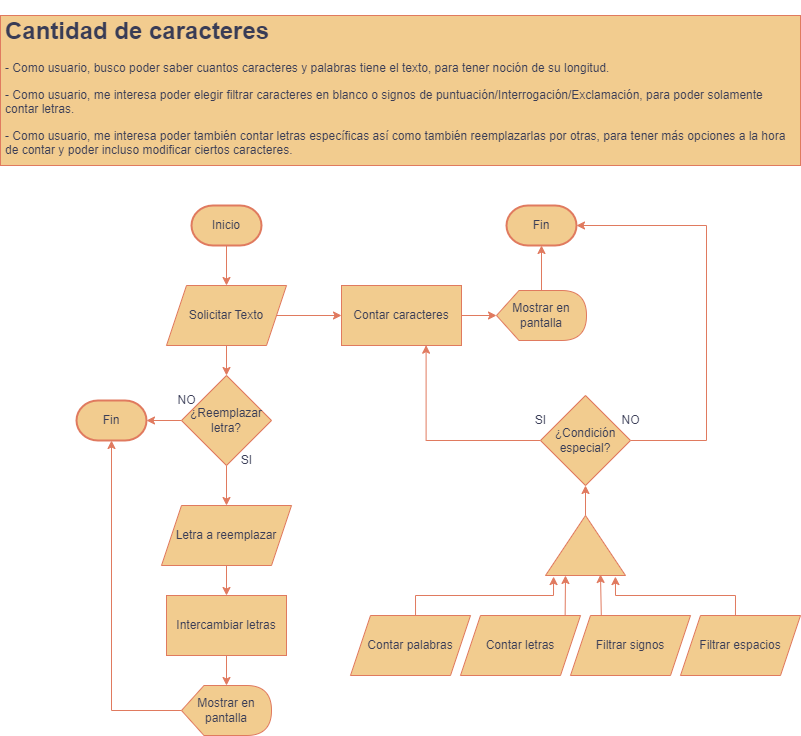
Earlier version of the draw.io export webtools/CantidadDeCaracteres.png (Alfacoy/Diagramas). Source tidied: cells renumbered, new cells last; positions are measured from the earlier drawing's top-left corner, leaving out a move shared by most shapes.
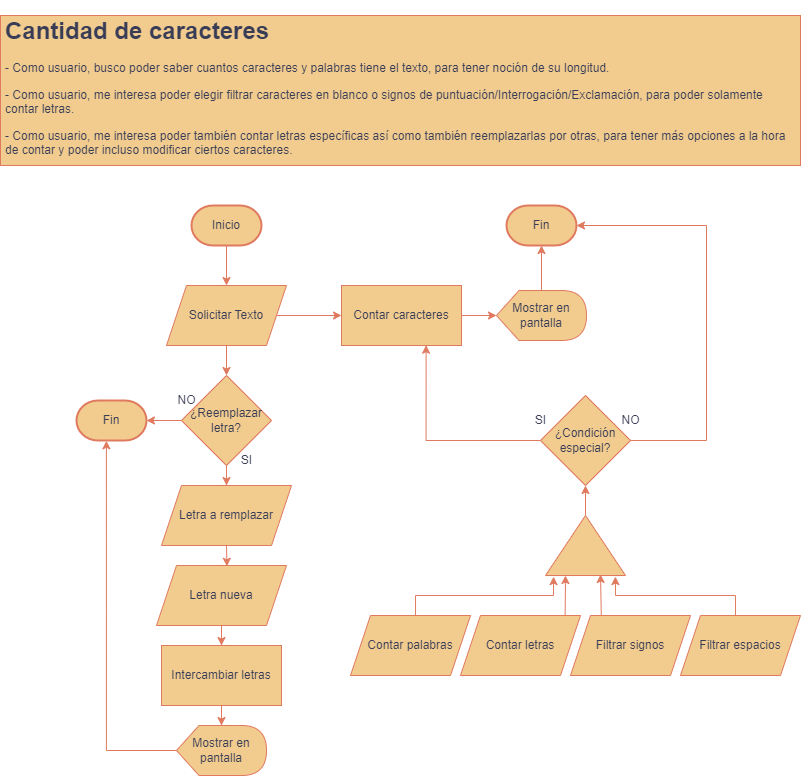
After the change.

The edit, as a diff of the source:
```diff
@@ -49,11 +49,11 @@
     <mxCell id="16" value="Contar letras" style="shape=parallelogram;perimeter=parallelogramPerimeter;whiteSpace=wrap;html=1;fixedSize=1;rounded=0;fillColor=#F2CC8F;labelBackgroundColor=none;strokeColor=#E07A5F;fontColor=#393C56;" parent="1" vertex="1">
       <mxGeometry x="460" y="600" width="120" height="60" as="geometry" />
     </mxCell>
-    <mxCell id="17" style="edgeStyle=orthogonalEdgeStyle;rounded=0;jettySize=auto;html=1;strokeColor=#E07A5F;fontColor=#393C56;fillColor=#F2CC8F;" parent="1" edge="1" source="18" target="37">
-      <mxGeometry relative="1" as="geometry" />
-    </mxCell>
+    <mxCell id="40" style="edgeStyle=orthogonalEdgeStyle;rounded=0;jettySize=auto;html=1;exitX=0.5;exitY=1;exitDx=0;exitDy=0;entryX=0.542;entryY=0.013;entryDx=0;entryDy=0;entryPerimeter=0;strokeColor=#E07A5F;fontColor=#393C56;fillColor=#F2CC8F;" parent="1" edge="1" source="18" target="42">
+      <mxGeometry relative="1" as="geometry" />
+    </mxCell>
-    <mxCell id="18" value="Letra a reemplazar" style="shape=parallelogram;perimeter=parallelogramPerimeter;whiteSpace=wrap;html=1;fixedSize=1;rounded=0;fillColor=#F2CC8F;labelBackgroundColor=none;strokeColor=#E07A5F;fontColor=#393C56;" parent="1" vertex="1">
-      <mxGeometry x="161" y="490" width="130" height="60" as="geometry" />
+    <mxCell id="18" value="Letra a remplazar" style="shape=parallelogram;perimeter=parallelogramPerimeter;whiteSpace=wrap;html=1;fixedSize=1;rounded=0;fillColor=#F2CC8F;labelBackgroundColor=none;strokeColor=#E07A5F;fontColor=#393C56;" parent="1" vertex="1">
+      <mxGeometry x="161" y="470" width="130" height="60" as="geometry" />
     </mxCell>
     <mxCell id="19" value="Fin" style="strokeWidth=2;html=1;shape=mxgraph.flowchart.terminator;whiteSpace=wrap;rounded=0;fillColor=#F2CC8F;labelBackgroundColor=none;strokeColor=#E07A5F;fontColor=#393C56;" parent="1" vertex="1">
       <mxGeometry x="76" y="385" width="70" height="40" as="geometry" />
@@ -128,13 +128,19 @@
       <mxGeometry relative="1" as="geometry" />
     </mxCell>
     <mxCell id="37" value="Intercambiar letras" style="rounded=0;whiteSpace=wrap;html=1;fillColor=#F2CC8F;labelBackgroundColor=none;strokeColor=#E07A5F;fontColor=#393C56;" parent="1" vertex="1">
-      <mxGeometry x="166" y="580" width="120" height="60" as="geometry" />
+      <mxGeometry x="161" y="630" width="120" height="60" as="geometry" />
     </mxCell>
-    <mxCell id="38" style="edgeStyle=orthogonalEdgeStyle;rounded=0;jettySize=auto;html=1;exitX=0;exitY=0.5;exitDx=0;exitDy=0;exitPerimeter=0;strokeColor=#E07A5F;fontColor=#393C56;fillColor=#F2CC8F;" parent="1" edge="1" source="39" target="19">
+    <mxCell id="38" style="edgeStyle=orthogonalEdgeStyle;rounded=0;jettySize=auto;html=1;exitX=0;exitY=0.5;exitDx=0;exitDy=0;exitPerimeter=0;entryX=0.427;entryY=1.007;entryDx=0;entryDy=0;entryPerimeter=0;strokeColor=#E07A5F;fontColor=#393C56;fillColor=#F2CC8F;" parent="1" edge="1" source="39" target="19">
       <mxGeometry relative="1" as="geometry" />
     </mxCell>
     <mxCell id="39" value="Mostrar en pantalla" style="shape=display;whiteSpace=wrap;html=1;rounded=0;fillColor=#F2CC8F;labelBackgroundColor=none;strokeColor=#E07A5F;fontColor=#393C56;" parent="1" vertex="1">
-      <mxGeometry x="181" y="670" width="90" height="50" as="geometry" />
+      <mxGeometry x="176" y="710" width="90" height="50" as="geometry" />
     </mxCell>
+    <mxCell id="41" style="edgeStyle=orthogonalEdgeStyle;rounded=0;jettySize=auto;html=1;strokeColor=#E07A5F;fontColor=#393C56;fillColor=#F2CC8F;" parent="1" edge="1" source="42" target="37">
+      <mxGeometry relative="1" as="geometry" />
+    </mxCell>
+    <mxCell id="42" value="Letra nueva" style="shape=parallelogram;perimeter=parallelogramPerimeter;whiteSpace=wrap;html=1;fixedSize=1;rounded=0;fillColor=#F2CC8F;labelBackgroundColor=none;strokeColor=#E07A5F;fontColor=#393C56;" parent="1" vertex="1">
+      <mxGeometry x="156" y="550" width="130" height="60" as="geometry" />
+    </mxCell>
   </root>
 </mxGraphModel>
```
